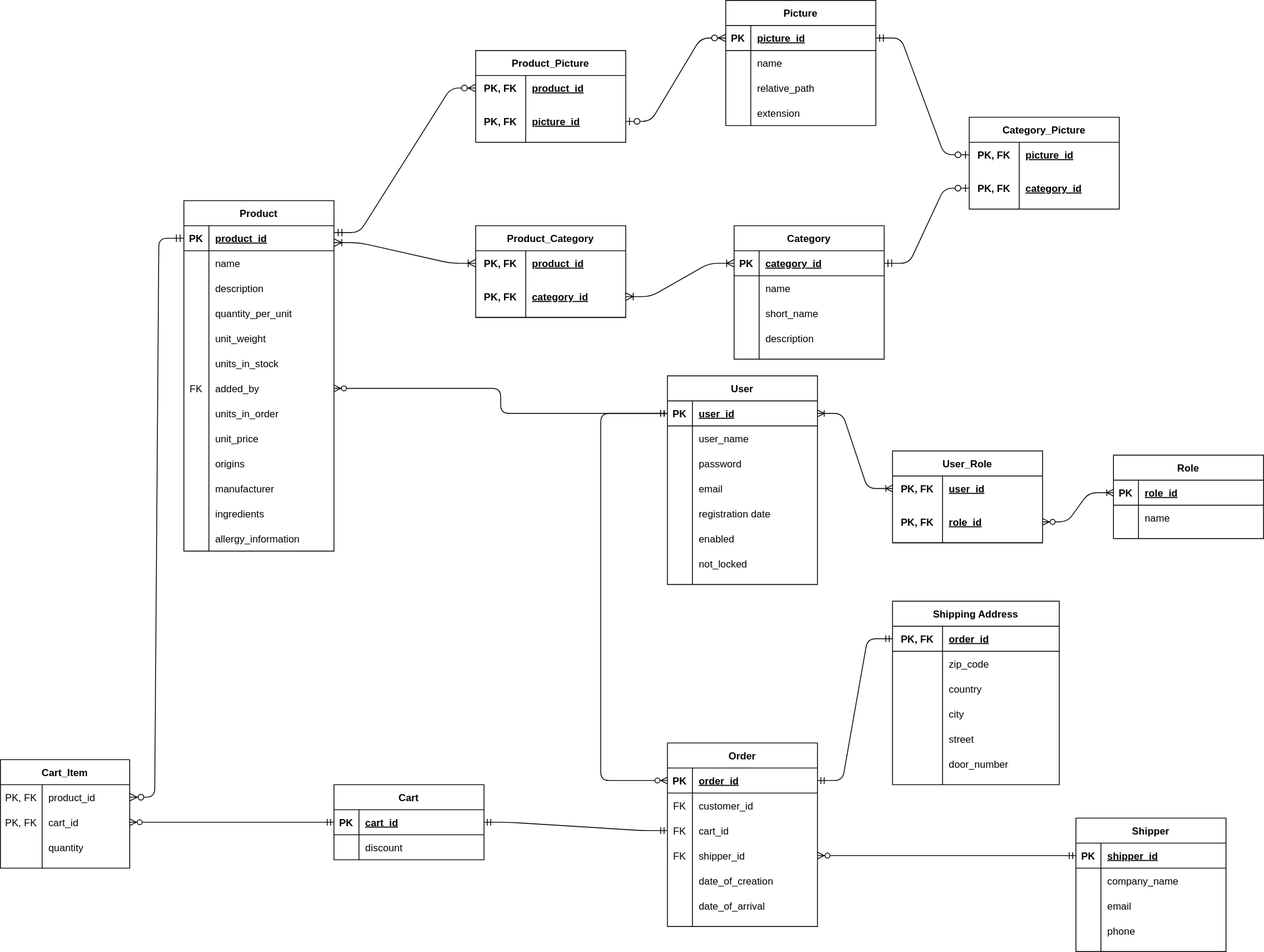
This is VB_UML.svg from LyakhnitskiyDP/VigilantBean, a draw.io export, as it was before one commit. Source tidied: cells renumbered, new cells last; positions are measured from the earlier drawing's top-left corner, leaving out a move shared by most shapes.
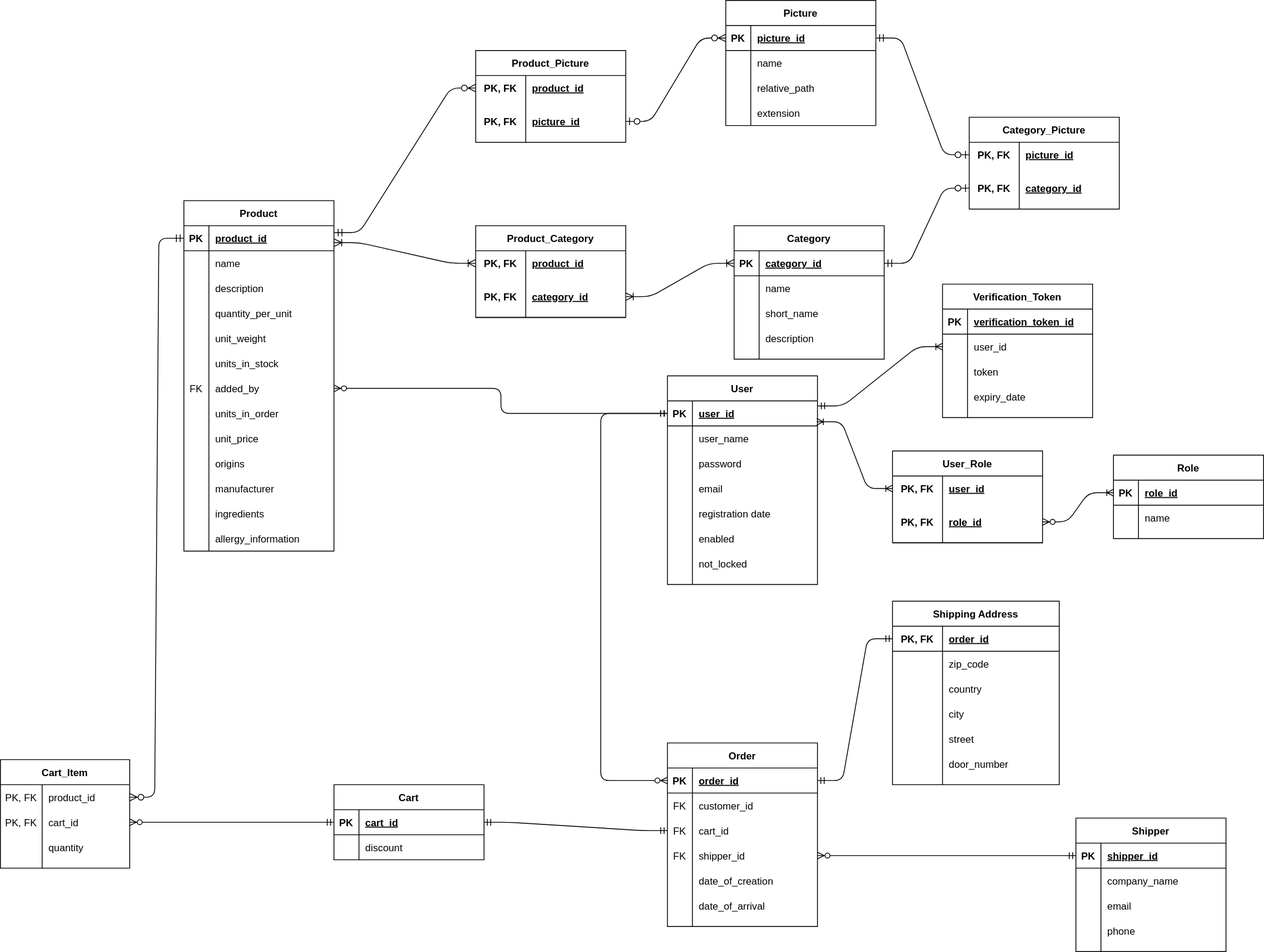
The same diagram one commit later.

Commit message:
[diagrams] Update UML diagram

Change to the diagram source:
```diff
@@ -494,8 +494,10 @@
     <mxCell id="165" value="role_id" style="shape=partialRectangle;fillColor=none;top=0;left=0;bottom=0;right=0;align=left;spacingLeft=6;fontStyle=5;overflow=hidden;" parent="163" vertex="1">
       <mxGeometry x="60" width="120" height="50" as="geometry" />
     </mxCell>
-    <mxCell id="166" style="edgeStyle=entityRelationEdgeStyle;fontSize=12;html=1;endArrow=ERoneToMany;endFill=0;exitX=1;exitY=0.5;exitDx=0;exitDy=0;entryX=0;entryY=0.5;entryDx=0;entryDy=0;startArrow=ERoneToMany;startFill=0;" parent="1" edge="1" source="3" target="160">
-      <mxGeometry relative="1" as="geometry" />
+    <mxCell id="166" style="edgeStyle=entityRelationEdgeStyle;fontSize=12;html=1;endArrow=ERoneToMany;endFill=0;entryX=0;entryY=0.5;entryDx=0;entryDy=0;startArrow=ERoneToMany;startFill=0;" parent="1" edge="1" target="160">
+      <mxGeometry relative="1" as="geometry">
+        <mxPoint x="979" y="505" as="sourcePoint" />
+      </mxGeometry>
     </mxCell>
     <mxCell id="167" style="edgeStyle=entityRelationEdgeStyle;fontSize=12;html=1;endArrow=ERoneToMany;endFill=0;exitX=1;exitY=0.5;exitDx=0;exitDy=0;entryX=0;entryY=0.5;entryDx=0;entryDy=0;startArrow=ERzeroToMany;startFill=1;" parent="1" edge="1" source="163" target="153">
       <mxGeometry relative="1" as="geometry" />
@@ -624,5 +626,47 @@
     <mxCell id="207" style="edgeStyle=entityRelationEdgeStyle;fontSize=12;html=1;endArrow=ERzeroToOne;startArrow=ERmandOne;entryX=0;entryY=0.5;entryDx=0;entryDy=0;strokeWidth=1;endSize=7;startSize=7;startFill=0;endFill=1;exitX=1;exitY=0.5;exitDx=0;exitDy=0;" parent="1" edge="1" source="65" target="200">
       <mxGeometry relative="1" as="geometry" />
     </mxCell>
+    <mxCell id="208" value="Verification_Token" style="shape=table;startSize=30;rowLines=0;fontStyle=1;align=center;" parent="1" vertex="1">
+      <mxGeometry x="1130" y="340" width="180" height="160" as="geometry" />
+    </mxCell>
+    <mxCell id="209" style="shape=partialRectangle;fillColor=none;top=0;left=0;bottom=1;right=0;" parent="208" vertex="1">
+      <mxGeometry y="30" width="180" height="30" as="geometry" />
+    </mxCell>
+    <mxCell id="210" value="PK" style="shape=partialRectangle;fillColor=none;top=0;left=0;bottom=0;right=0;fontStyle=1;overflow=hidden;" parent="209" vertex="1">
+      <mxGeometry width="30" height="30" as="geometry" />
+    </mxCell>
+    <mxCell id="211" value="verification_token_id" style="shape=partialRectangle;fillColor=none;top=0;left=0;bottom=0;right=0;align=left;spacingLeft=6;fontStyle=5;overflow=hidden;" parent="209" vertex="1">
+      <mxGeometry x="30" width="150" height="30" as="geometry" />
+    </mxCell>
+    <mxCell id="212" style="shape=partialRectangle;fillColor=none;top=0;left=0;bottom=0;right=0;points=[[0,0.5],[1,0.5]];portConstraint=eastwest;" parent="208" vertex="1">
+      <mxGeometry y="60" width="180" height="30" as="geometry" />
+    </mxCell>
+    <mxCell id="213" style="shape=partialRectangle;fillColor=none;top=0;left=0;bottom=0;right=0;overflow=hidden;" parent="212" vertex="1">
+      <mxGeometry width="30" height="30" as="geometry" />
+    </mxCell>
+    <mxCell id="214" value="user_id" style="shape=partialRectangle;fillColor=none;top=0;left=0;bottom=0;right=0;align=left;spacingLeft=6;overflow=hidden;" parent="212" vertex="1">
+      <mxGeometry x="30" width="150" height="30" as="geometry" />
+    </mxCell>
+    <mxCell id="215" style="shape=partialRectangle;fillColor=none;top=0;left=0;bottom=0;right=0;" parent="208" vertex="1">
+      <mxGeometry y="90" width="180" height="30" as="geometry" />
+    </mxCell>
+    <mxCell id="216" style="shape=partialRectangle;fillColor=none;top=0;left=0;bottom=0;right=0;overflow=hidden;" parent="215" vertex="1">
+      <mxGeometry width="30" height="30" as="geometry" />
+    </mxCell>
+    <mxCell id="217" value="token" style="shape=partialRectangle;fillColor=none;top=0;left=0;bottom=0;right=0;align=left;spacingLeft=6;overflow=hidden;" parent="215" vertex="1">
+      <mxGeometry x="30" width="150" height="30" as="geometry" />
+    </mxCell>
+    <mxCell id="218" style="shape=partialRectangle;fillColor=none;top=0;left=0;bottom=0;right=0;" parent="208" vertex="1">
+      <mxGeometry y="120" width="180" height="30" as="geometry" />
+    </mxCell>
+    <mxCell id="219" style="shape=partialRectangle;fillColor=none;top=0;left=0;bottom=0;right=0;overflow=hidden;" parent="218" vertex="1">
+      <mxGeometry width="30" height="30" as="geometry" />
+    </mxCell>
+    <mxCell id="220" value="expiry_date" style="shape=partialRectangle;fillColor=none;top=0;left=0;bottom=0;right=0;align=left;spacingLeft=6;overflow=hidden;" parent="218" vertex="1">
+      <mxGeometry x="30" width="150" height="30" as="geometry" />
+    </mxCell>
+    <mxCell id="221" style="edgeStyle=entityRelationEdgeStyle;fontSize=12;html=1;endArrow=ERoneToMany;endFill=0;entryX=0;entryY=0.5;entryDx=0;entryDy=0;startArrow=ERmandOne;startFill=0;exitX=1.003;exitY=0.2;exitDx=0;exitDy=0;exitPerimeter=0;" parent="1" edge="1" source="3" target="212">
+      <mxGeometry relative="1" as="geometry" />
+    </mxCell>
   </root>
 </mxGraphModel>
```
